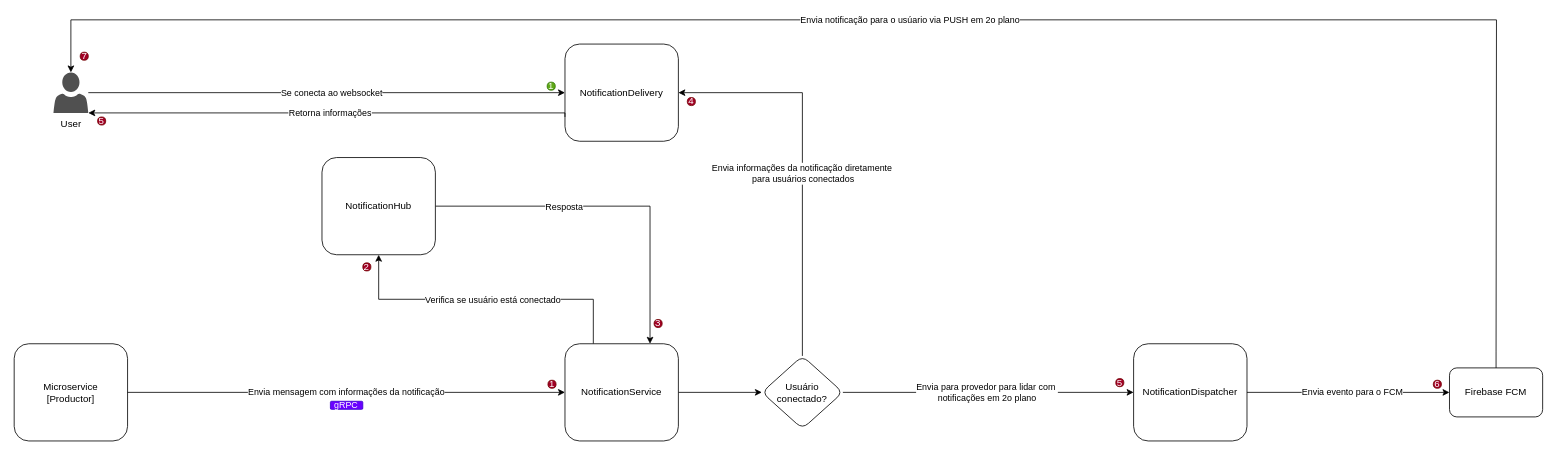
This is page "NotificationService" (16 of 34) of Architecture.drawio from AlanEdward19/ShapeUp, a draw.io file, before an edit. Source tidied: cells renumbered, new cells numbered last; positions are measured from the earlier drawing's top-left corner, leaving out a move shared by most shapes. Both pictures are drawn from the tidied source at 81%, with x=0, y=0 at pixel (14, 19).
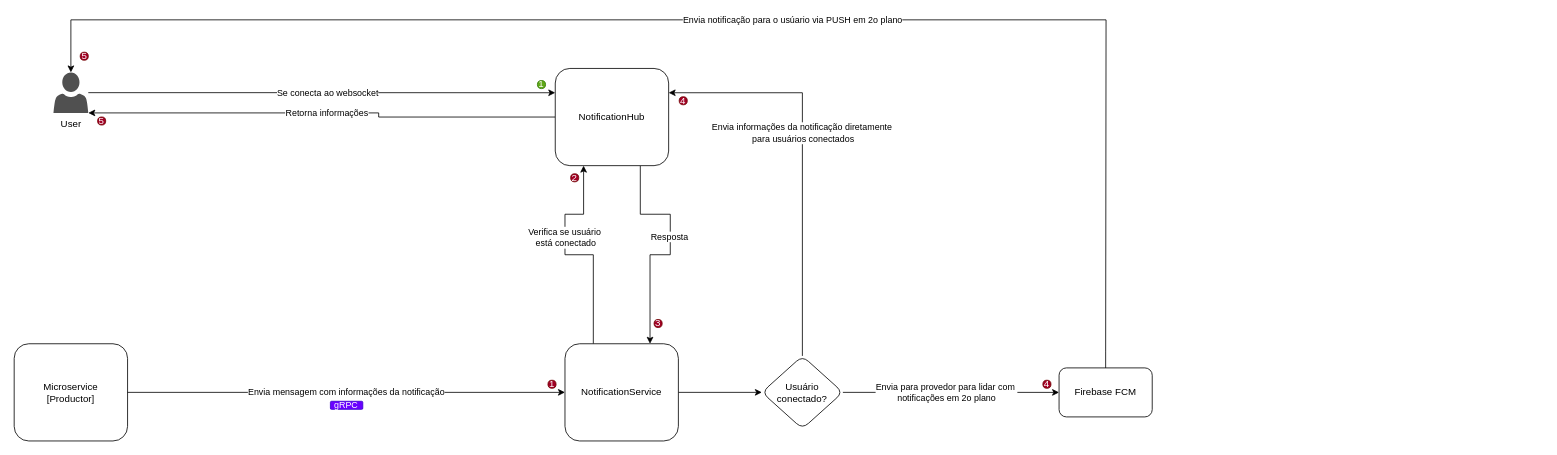
The same page after the edit.

Unchanged cells that the change refers to:
```xml
<mxCell id="4" value="User" style="sketch=0;shadow=0;dashed=0;html=1;strokeColor=none;labelPosition=center;verticalLabelPosition=bottom;verticalAlign=top;align=center;fillColor=#505050;shape=mxgraph.mscae.intune.account_portal;" parent="1" vertex="1">
  <mxGeometry x="48.5" y="64.9" width="43" height="50" as="geometry" />
</mxCell>
<mxCell id="8" value="NotificationService" style="rounded=1;whiteSpace=wrap;html=1;" parent="1" vertex="1">
  <mxGeometry x="680" y="399.9" width="140" height="120" as="geometry" />
</mxCell>
<mxCell id="21" value="Usuário conectado?" style="rhombus;whiteSpace=wrap;html=1;rounded=1;" parent="1" vertex="1">
  <mxGeometry x="923.1" y="414.9" width="100" height="90" as="geometry" />
</mxCell>
```

What changed in the source:
```diff
@@
-    <mxCell id="2" style="edgeStyle=orthogonalEdgeStyle;rounded=0;jettySize=auto;html=1;entryX=0;entryY=0.5;entryDx=0;entryDy=0;" parent="1" edge="1" source="4" target="9">
+    <mxCell id="2" style="edgeStyle=orthogonalEdgeStyle;rounded=0;jettySize=auto;html=1;entryX=0;entryY=0.25;entryDx=0;entryDy=0;" parent="1" edge="1" source="4" target="28">
       <mxGeometry relative="1" as="geometry" />
     </mxCell>
@@
-    <mxCell id="5" style="edgeStyle=orthogonalEdgeStyle;rounded=0;jettySize=auto;html=1;exitX=0.25;exitY=0;exitDx=0;exitDy=0;entryX=0.5;entryY=1;entryDx=0;entryDy=0;" parent="1" edge="1" source="8" target="28">
-      <mxGeometry relative="1" as="geometry" />
+    <mxCell id="5" style="edgeStyle=orthogonalEdgeStyle;rounded=0;jettySize=auto;html=1;exitX=0.25;exitY=0;exitDx=0;exitDy=0;entryX=0.25;entryY=1;entryDx=0;entryDy=0;" parent="1" edge="1" source="8" target="28">
+      <mxGeometry relative="1" as="geometry">
+        <Array as="points">
+          <mxPoint x="715" y="290" />
+          <mxPoint x="680" y="290" />
+          <mxPoint x="680" y="240" />
+          <mxPoint x="703" y="240" />
+        </Array>
+      </mxGeometry>
     </mxCell>
-    <mxCell id="6" value="Verifica se usuário está conectado" style="edgeLabel;html=1;align=center;verticalAlign=middle;" parent="5" vertex="1">
+    <mxCell id="6" value="Verifica se usuário&amp;nbsp;&lt;div&gt;está conectado&lt;/div&gt;" style="edgeLabel;html=1;align=center;verticalAlign=middle;" parent="5" vertex="1">
       <mxGeometry x="0.16" y="3" relative="1" as="geometry">
-        <mxPoint x="38" y="-3" as="offset" />
+        <mxPoint x="3" y="-5" as="offset" />
       </mxGeometry>
     </mxCell>
@@
-    <mxCell id="9" value="NotificationDelivery" style="rounded=1;whiteSpace=wrap;html=1;" parent="1" vertex="1">
-      <mxGeometry x="680" y="29.9" width="140" height="120" as="geometry" />
-    </mxCell>
@@
-    <mxCell id="11" style="edgeStyle=orthogonalEdgeStyle;rounded=0;jettySize=auto;html=1;exitX=0;exitY=0.75;exitDx=0;exitDy=0;entryX=1;entryY=1;entryDx=0;entryDy=0;entryPerimeter=0;" parent="1" edge="1" source="9" target="4">
+    <mxCell id="11" style="edgeStyle=orthogonalEdgeStyle;rounded=0;jettySize=auto;html=1;exitX=0;exitY=0.5;exitDx=0;exitDy=0;entryX=1;entryY=1;entryDx=0;entryDy=0;entryPerimeter=0;" parent="1" edge="1" source="28" target="4">
       <mxGeometry relative="1" as="geometry">
         <Array as="points">
-          <mxPoint x="680" y="114.9" />
+          <mxPoint x="450" y="120" />
+          <mxPoint x="450" y="115" />
         </Array>
       </mxGeometry>
     </mxCell>
@@
     <mxCell id="15" value="1" style="ellipse;whiteSpace=wrap;html=1;fillColor=#60a917;fontColor=#ffffff;strokeColor=#2D7600;" parent="1" vertex="1">
-      <mxGeometry x="658" y="76.9" width="10" height="10" as="geometry" />
+      <mxGeometry x="646" y="74.9" width="10" height="10" as="geometry" />
     </mxCell>
@@
-    <mxCell id="17" style="edgeStyle=orthogonalEdgeStyle;rounded=0;jettySize=auto;html=1;entryX=1;entryY=0.5;entryDx=0;entryDy=0;exitX=0.5;exitY=0;exitDx=0;exitDy=0;" parent="1" edge="1" source="21" target="9">
+    <mxCell id="17" style="edgeStyle=orthogonalEdgeStyle;rounded=0;jettySize=auto;html=1;entryX=1;entryY=0.25;entryDx=0;entryDy=0;exitX=0.5;exitY=0;exitDx=0;exitDy=0;" parent="1" edge="1" source="21" target="28">
       <mxGeometry relative="1" as="geometry" />
     </mxCell>
     <mxCell id="18" value="Envia informações da notificação diretamente&amp;nbsp;&lt;div&gt;para usuários conectados&lt;/div&gt;" style="edgeLabel;html=1;align=center;verticalAlign=middle;" parent="17" vertex="1">
       <mxGeometry x="-0.84" relative="1" as="geometry">
-        <mxPoint y="-187" as="offset" />
+        <mxPoint y="-236" as="offset" />
       </mxGeometry>
     </mxCell>
-    <mxCell id="19" style="edgeStyle=orthogonalEdgeStyle;rounded=0;jettySize=auto;html=1;exitX=1;exitY=0.5;exitDx=0;exitDy=0;entryX=0;entryY=0.5;entryDx=0;entryDy=0;" parent="1" edge="1" source="21" target="31">
+    <mxCell id="19" style="edgeStyle=orthogonalEdgeStyle;rounded=0;jettySize=auto;html=1;exitX=1;exitY=0.5;exitDx=0;exitDy=0;entryX=0;entryY=0.5;entryDx=0;entryDy=0;" parent="1" edge="1" source="21" target="32">
       <mxGeometry relative="1" as="geometry" />
     </mxCell>
     <mxCell id="20" value="Envia para provedor para lidar com&amp;nbsp;&lt;div&gt;notificações em 2o plano&lt;/div&gt;" style="edgeLabel;html=1;align=center;verticalAlign=middle;" parent="19" vertex="1">
       <mxGeometry x="-0.37" y="-3" relative="1" as="geometry">
-        <mxPoint x="64" y="-3" as="offset" />
+        <mxPoint x="43" y="-3" as="offset" />
       </mxGeometry>
     </mxCell>
@@
     <mxCell id="22" value="2" style="ellipse;whiteSpace=wrap;html=1;fillColor=#a20025;fontColor=#ffffff;strokeColor=#6F0000;" parent="1" vertex="1">
-      <mxGeometry x="430.4" y="300" width="10" height="10" as="geometry" />
+      <mxGeometry x="687" y="190" width="10" height="10" as="geometry" />
     </mxCell>
     <mxCell id="23" value="4" style="ellipse;whiteSpace=wrap;html=1;fillColor=#a20025;fontColor=#ffffff;strokeColor=#6F0000;" parent="1" vertex="1">
-      <mxGeometry x="831" y="95.9" width="10" height="10" as="geometry" />
+      <mxGeometry x="821" y="94.9" width="10" height="10" as="geometry" />
     </mxCell>
@@
-    <mxCell id="26" style="edgeStyle=orthogonalEdgeStyle;rounded=0;jettySize=auto;html=1;exitX=1;exitY=0.5;exitDx=0;exitDy=0;entryX=0.75;entryY=0;entryDx=0;entryDy=0;" parent="1" edge="1" source="28" target="8">
-      <mxGeometry relative="1" as="geometry" />
+    <mxCell id="26" style="edgeStyle=orthogonalEdgeStyle;rounded=0;jettySize=auto;html=1;exitX=0.75;exitY=1;exitDx=0;exitDy=0;entryX=0.75;entryY=0;entryDx=0;entryDy=0;" parent="1" edge="1" source="28" target="8">
+      <mxGeometry relative="1" as="geometry">
+        <Array as="points">
+          <mxPoint x="773" y="240" />
+          <mxPoint x="810" y="240" />
+          <mxPoint x="810" y="290" />
+          <mxPoint x="785" y="290" />
+        </Array>
+      </mxGeometry>
     </mxCell>
     <mxCell id="27" value="Resposta" style="edgeLabel;html=1;align=center;verticalAlign=middle;" parent="26" vertex="1">
       <mxGeometry x="-0.45" y="1" relative="1" as="geometry">
-        <mxPoint x="38" y="1" as="offset" />
+        <mxPoint x="17" y="28" as="offset" />
       </mxGeometry>
     </mxCell>
     <mxCell id="28" value="NotificationHub" style="rounded=1;whiteSpace=wrap;html=1;" parent="1" vertex="1">
-      <mxGeometry x="380" y="170" width="140" height="120" as="geometry" />
+      <mxGeometry x="668" y="60" width="140" height="120" as="geometry" />
     </mxCell>
-    <mxCell id="29" style="edgeStyle=orthogonalEdgeStyle;rounded=0;jettySize=auto;html=1;exitX=1;exitY=0.5;exitDx=0;exitDy=0;entryX=0;entryY=0.5;entryDx=0;entryDy=0;" parent="1" edge="1" source="31" target="32">
-      <mxGeometry relative="1" as="geometry" />
-    </mxCell>
-    <mxCell id="30" value="Envia evento para o FCM" style="edgeLabel;html=1;align=center;verticalAlign=middle;" parent="29" vertex="1">
-      <mxGeometry x="-0.31" y="-2" relative="1" as="geometry">
-        <mxPoint x="43" y="-2" as="offset" />
-      </mxGeometry>
-    </mxCell>
-    <mxCell id="31" value="NotificationDispatcher" style="rounded=1;whiteSpace=wrap;html=1;" parent="1" vertex="1">
-      <mxGeometry x="1382" y="399.9" width="140" height="120" as="geometry" />
-    </mxCell>
     <mxCell id="32" value="Firebase FCM" style="rounded=1;whiteSpace=wrap;html=1;" parent="1" vertex="1">
-      <mxGeometry x="1772" y="429.7" width="115" height="60.5" as="geometry" />
+      <mxGeometry x="1290" y="429.7" width="115" height="60.5" as="geometry" />
     </mxCell>
     <mxCell id="33" style="edgeStyle=orthogonalEdgeStyle;rounded=0;jettySize=auto;html=1;exitX=0.5;exitY=0;exitDx=0;exitDy=0;entryX=0.5;entryY=0;entryDx=0;entryDy=0;entryPerimeter=0;" parent="1" edge="1" source="32" target="4">
       <mxGeometry relative="1" as="geometry">
         <Array as="points">
-          <mxPoint x="1830" y="410" />
-          <mxPoint x="1830" />
+          <mxPoint x="1348" y="410" />
+          <mxPoint x="1348" />
           <mxPoint x="70" />
         </Array>
       </mxGeometry>
     </mxCell>
@@
-    <mxCell id="36" value="5" style="ellipse;whiteSpace=wrap;html=1;fillColor=#a20025;fontColor=#ffffff;strokeColor=#6F0000;" parent="1" vertex="1">
-      <mxGeometry x="1360" y="442.9" width="10" height="10" as="geometry" />
-    </mxCell>
-    <mxCell id="37" value="6" style="ellipse;whiteSpace=wrap;html=1;fillColor=#a20025;fontColor=#ffffff;strokeColor=#6F0000;" parent="1" vertex="1">
-      <mxGeometry x="1752" y="444.9" width="10" height="10" as="geometry" />
+    <mxCell id="37" value="4" style="ellipse;whiteSpace=wrap;html=1;fillColor=#a20025;fontColor=#ffffff;strokeColor=#6F0000;" parent="1" vertex="1">
+      <mxGeometry x="1270" y="444.9" width="10" height="10" as="geometry" />
     </mxCell>
-    <mxCell id="38" value="7" style="ellipse;whiteSpace=wrap;html=1;fillColor=#a20025;fontColor=#ffffff;strokeColor=#6F0000;" parent="1" vertex="1">
+    <mxCell id="38" value="5" style="ellipse;whiteSpace=wrap;html=1;fillColor=#a20025;fontColor=#ffffff;strokeColor=#6F0000;" parent="1" vertex="1">
       <mxGeometry x="81.5" y="39.9" width="10" height="10" as="geometry" />
     </mxCell>
```
